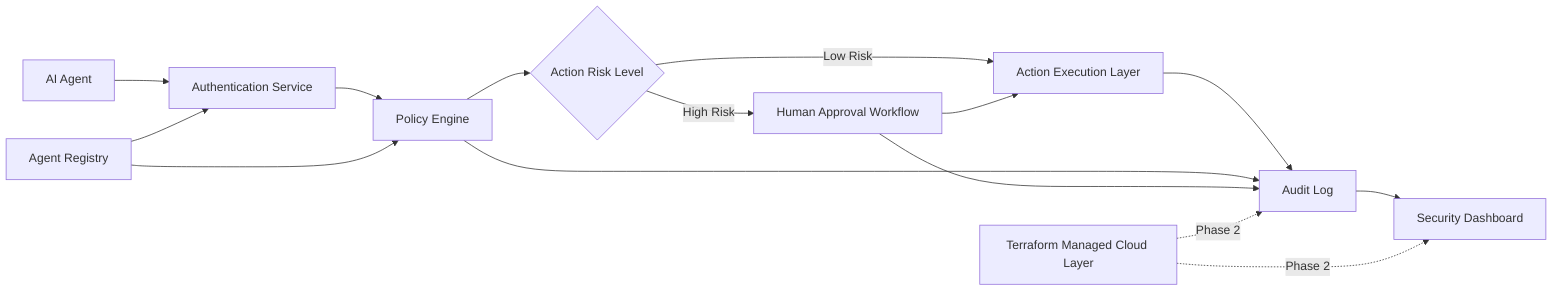
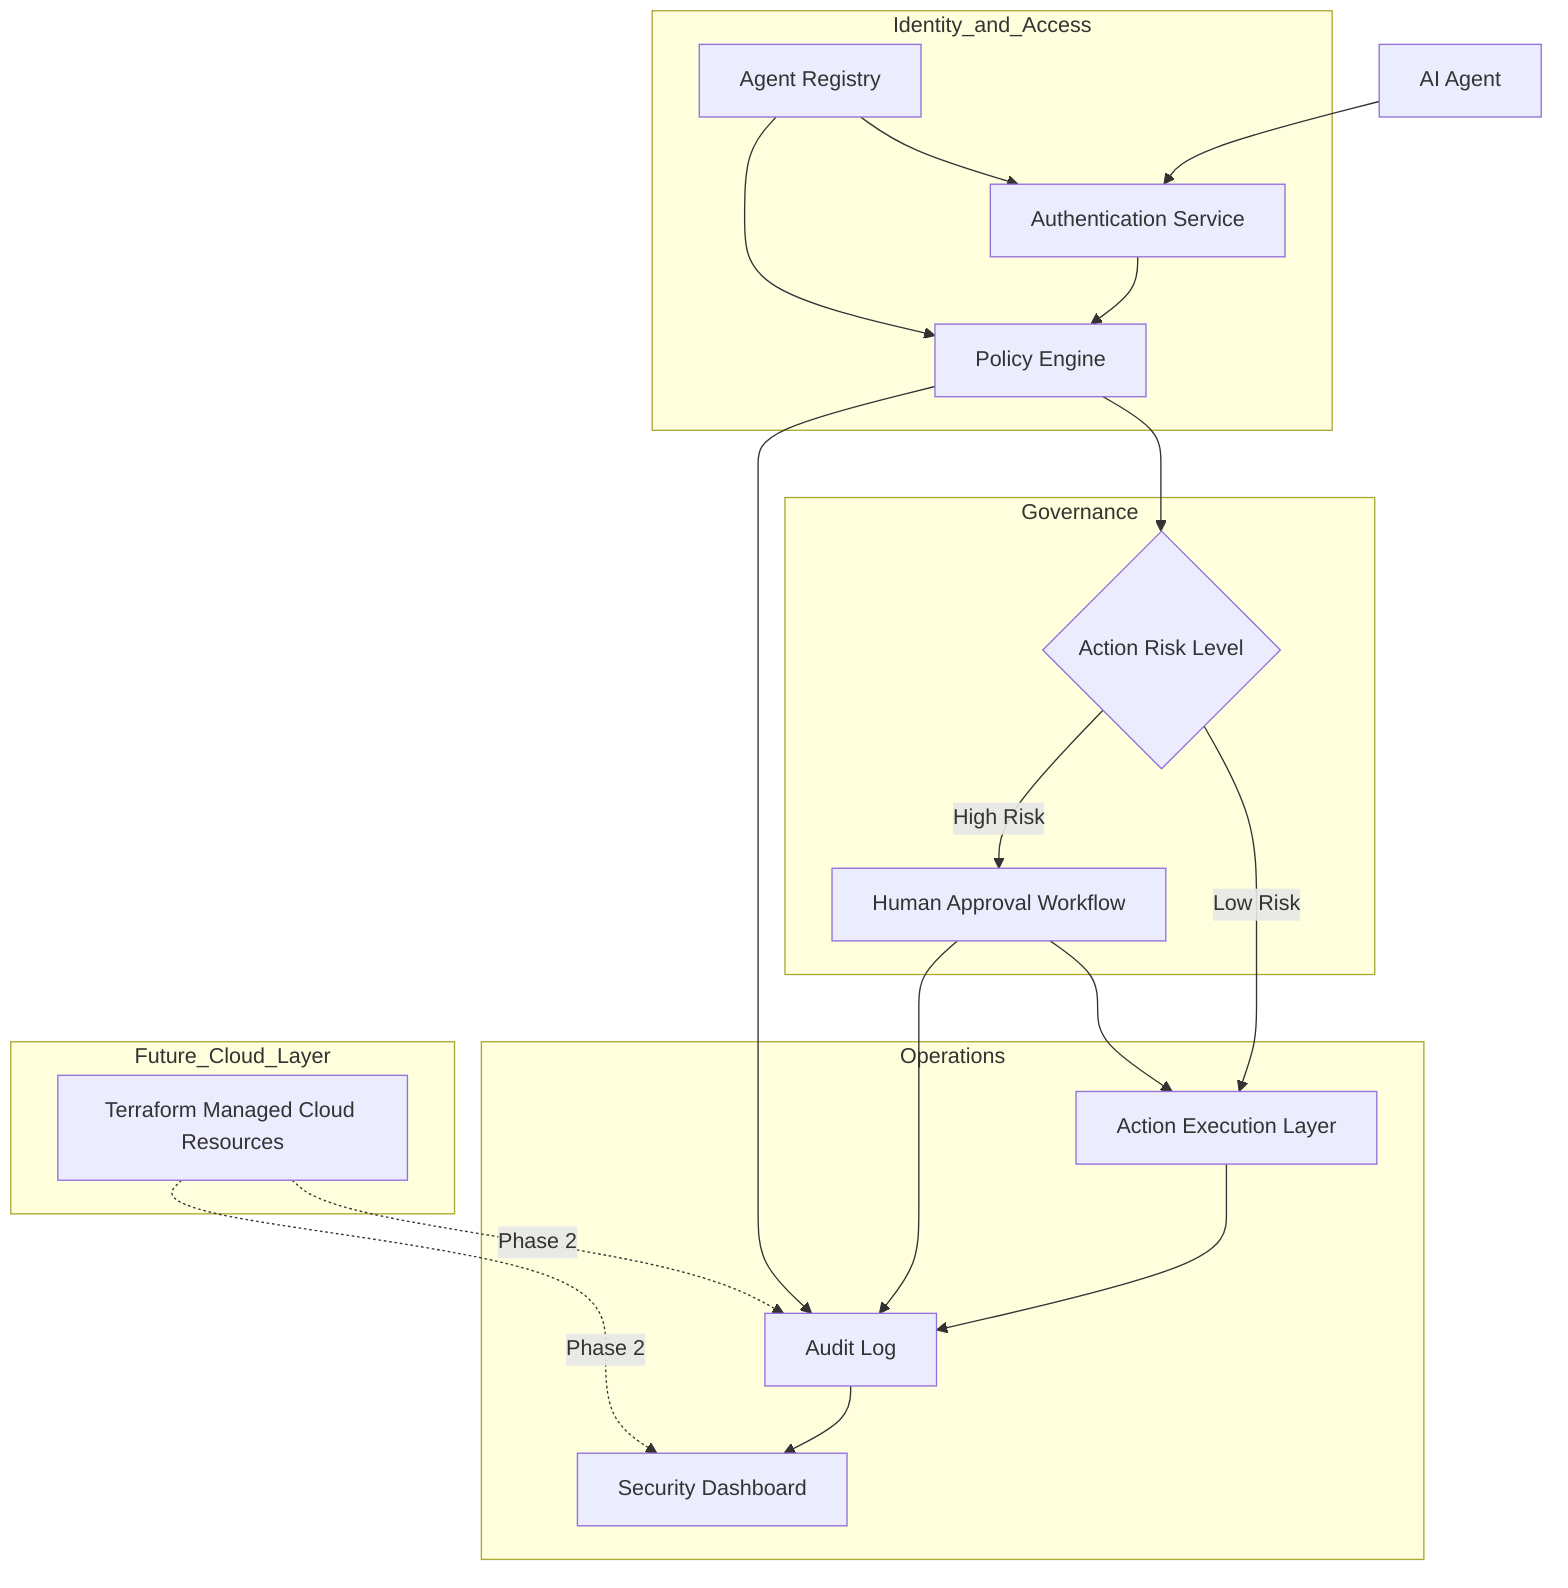
- flowchart LR
-     A[AI Agent] --> B[Authentication Service]
-     B --> C[Policy Engine]
-     C --> D{Action Risk Level}
+ flowchart TB
+ classDef security fill:#f8f8f8,stroke:#333,stroke-width:2px;

-     D -->|Low Risk| E[Action Execution Layer]
-     D -->|High Risk| F[Human Approval Workflow]
-     F --> E
+     A[AI Agent]

-     E --> G[Audit Log]
-     C --> G
+     subgraph Identity_and_Access
+         B[Agent Registry]
+         C[Authentication Service]
+         D[Policy Engine]
+     end
+ 
+     subgraph Governance
+         E{Action Risk Level}
+         F[Human Approval Workflow]
+     end
+ 
+     subgraph Operations
+         G[Action Execution Layer]
+         H[Audit Log]
+         I[Security Dashboard]
+     end
+ 
+     subgraph Future_Cloud_Layer
+         J[Terraform Managed Cloud Resources]
+     end
+ 
+     A --> C
+     B --> C
+     B --> D
+ 
+     C --> D
+     D --> E
+ 
+     E -->|Low Risk| G
+     E -->|High Risk| F
+ 
    F --> G

-     H[Agent Registry] --> B
-     H --> C
+     G --> H
+     D --> H
+     F --> H

-     G --> I[Security Dashboard]
+     H --> I

-     J[Terraform Managed Cloud Layer] -. Phase 2 .-> G
+     J -. Phase 2 .-> H
    J -. Phase 2 .-> I